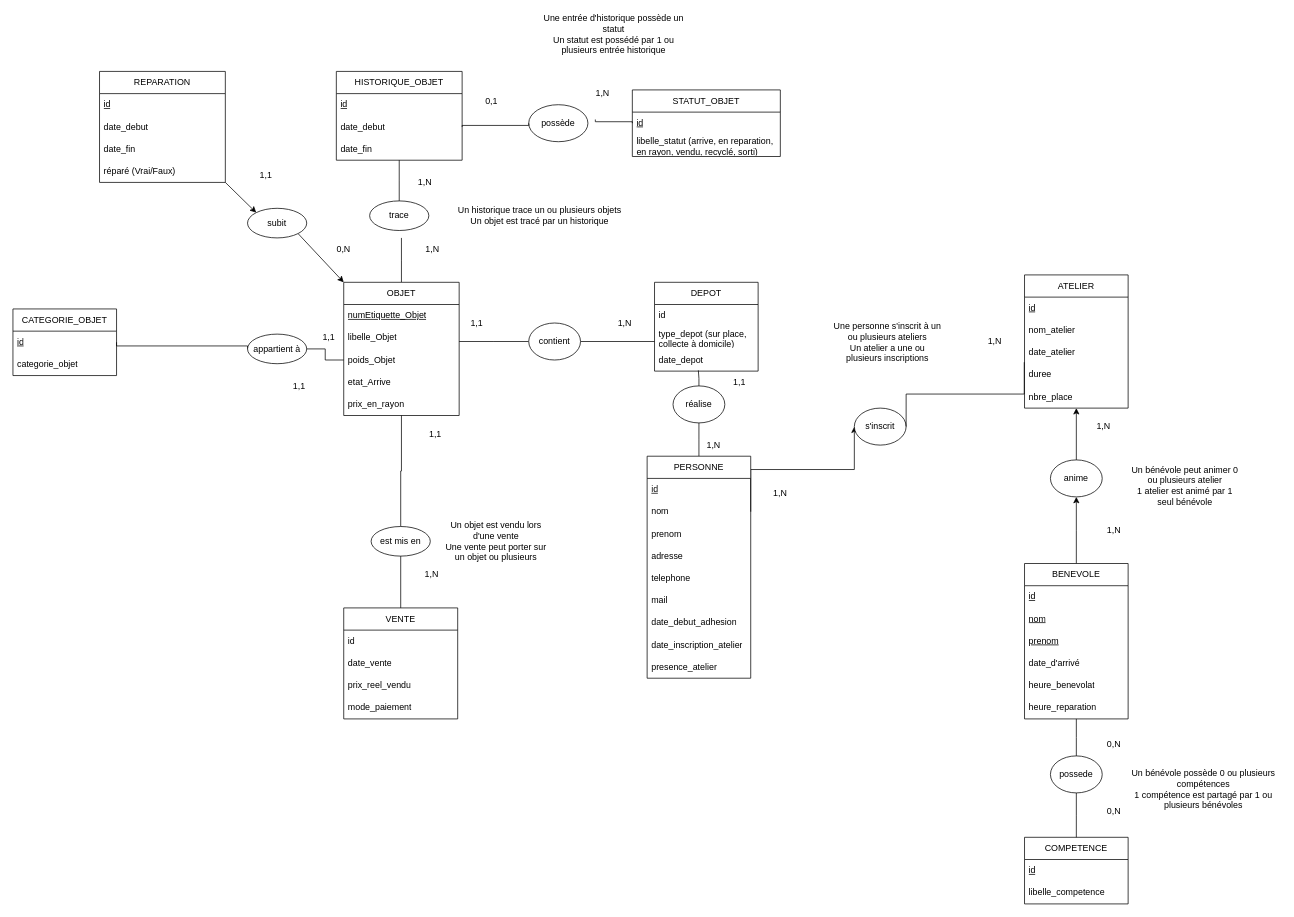
Earlier version of the draw.io diagram schema_EA_adatabase.drawio (gdiaby2403/repo1). Source tidied: cells renumbered, new cells numbered last; positions are measured from the earlier drawing's top-left corner, leaving out a move shared by most shapes. Both pictures are drawn from the tidied source at 74%, with x=0, y=0 at pixel (13, 23).
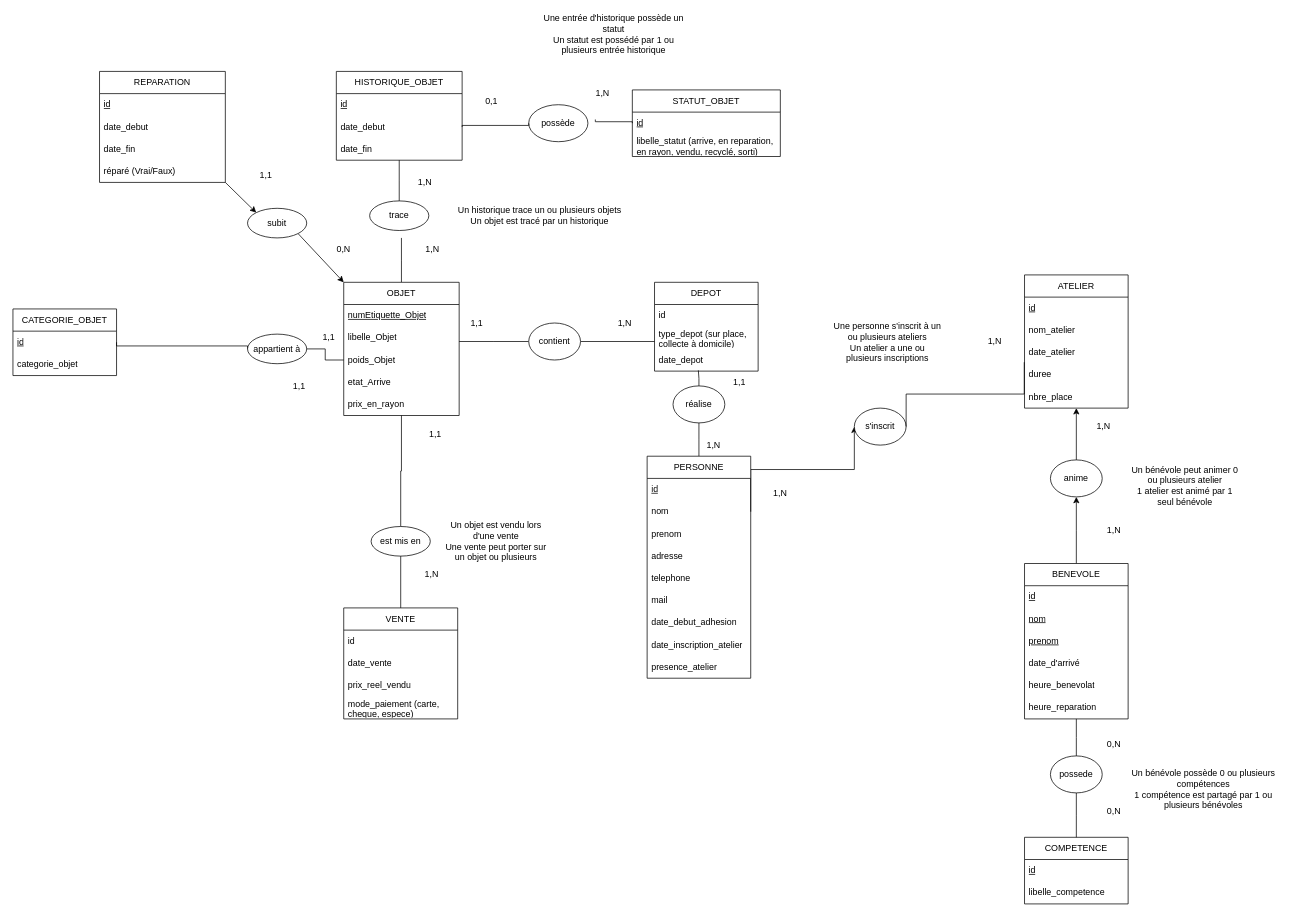
After the change.

Commit message:
Mettre à jour schema_EA_adatabase.drawio

The change refers to these unchanged cells:
```xml
<mxCell id="34" value="VENTE" style="swimlane;fontStyle=0;horizontal=1;startSize=30;whiteSpace=wrap;html=1;" parent="1" vertex="1">
  <mxGeometry x="447" y="790" width="154" height="150" as="geometry" />
</mxCell>
```

What changed in the source:
```diff
@@
-    <mxCell id="38" value="mode_paiement" style="text;strokeColor=none;fillColor=none;align=left;verticalAlign=middle;spacingLeft=4;spacingRight=4;overflow=hidden;whiteSpace=wrap;html=1;" parent="34" vertex="1">
+    <mxCell id="38" value="mode_paiement (carte, cheque, espece)" style="text;strokeColor=none;fillColor=none;align=left;verticalAlign=middle;spacingLeft=4;spacingRight=4;overflow=hidden;whiteSpace=wrap;html=1;" parent="34" vertex="1">
       <mxGeometry y="120" width="154" height="30" as="geometry" />
     </mxCell>
```
